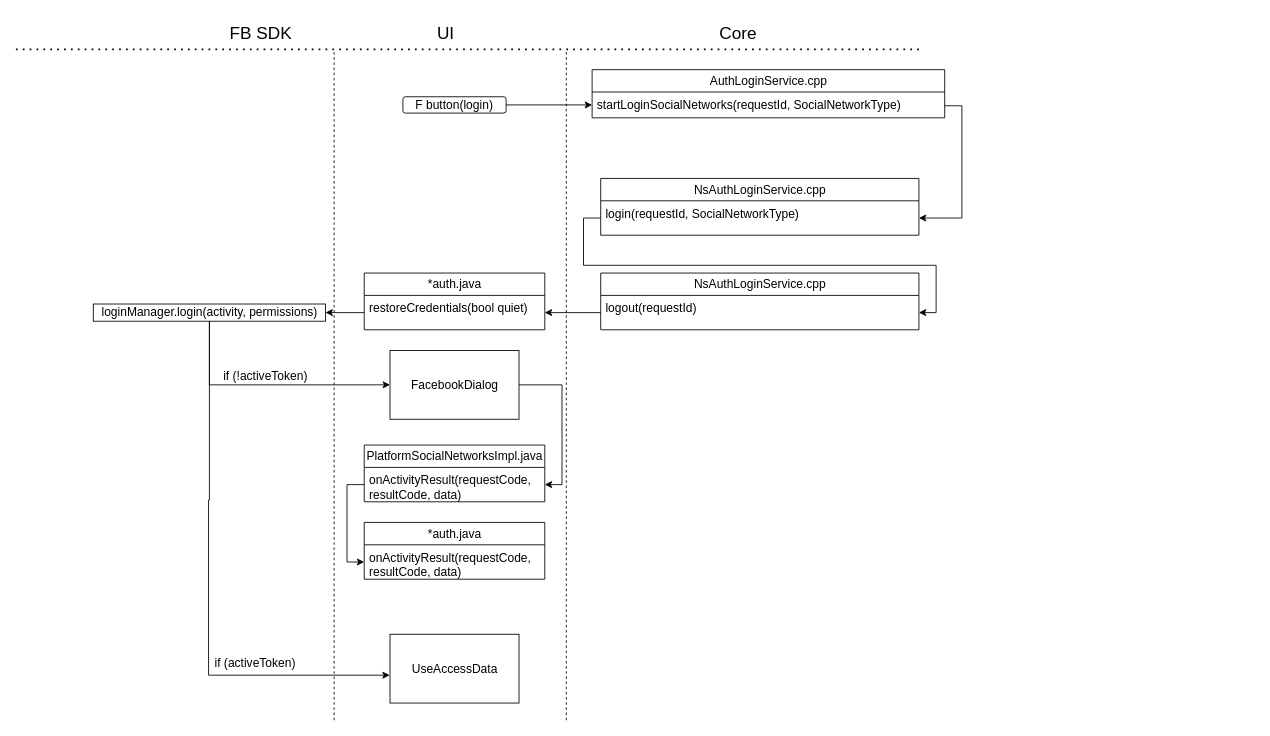
Above: Untitled Diagram.drawio in dynaevdv/Draw.io (draw.io), before the change. Source tidied: cells renumbered, new cells numbered last; positions are measured from the earlier drawing's top-left corner, leaving out a move shared by most shapes. Both pictures are drawn from the tidied source at 86%, with x=0, y=0 at pixel (15, 15).
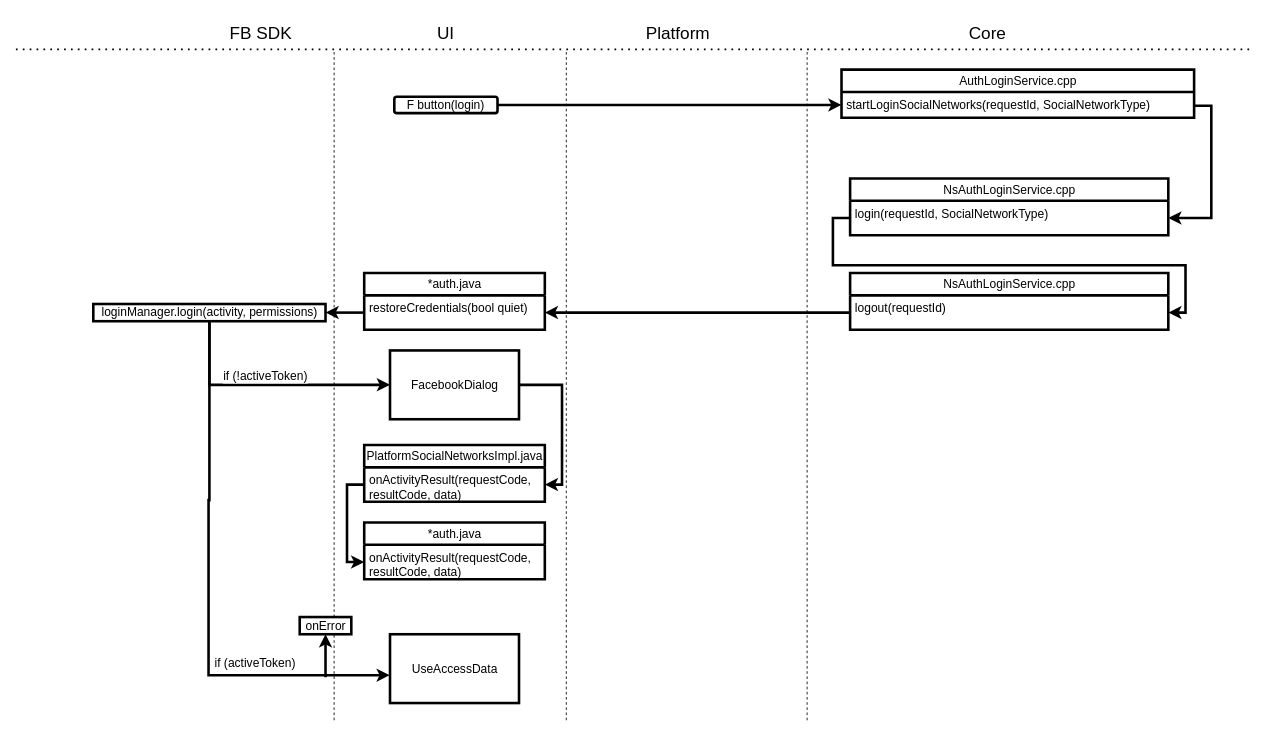
Above is the later version.

Diff of the diagram source:
```diff
@@
     <mxCell id="4" value="Core&lt;br&gt;" style="text;html=1;strokeColor=none;fillColor=none;align=center;verticalAlign=middle;whiteSpace=wrap;rounded=0;fontSize=20;" parent="1" vertex="1">
-      <mxGeometry x="820" y="10" width="40" height="20" as="geometry" />
+      <mxGeometry x="1110" y="10" width="40" height="20" as="geometry" />
     </mxCell>
@@
     <mxCell id="7" style="endArrow=none;dashed=1;html=1;dashPattern=1 3;strokeWidth=2;fontSize=20;" parent="1" edge="1">
       <mxGeometry relative="1" as="geometry">
         <mxPoint y="40" as="sourcePoint" />
-        <mxPoint x="1050" y="40" as="targetPoint" />
+        <mxPoint x="1440" y="40" as="targetPoint" />
       </mxGeometry>
     </mxCell>
-    <mxCell id="8" style="edgeStyle=orthogonalEdgeStyle;rounded=0;jettySize=auto;html=1;exitX=1;exitY=0.5;exitDx=0;exitDy=0;fontSize=14;" parent="1" edge="1" source="9" target="12">
+    <mxCell id="8" style="edgeStyle=orthogonalEdgeStyle;rounded=0;jettySize=auto;html=1;exitX=1;exitY=0.5;exitDx=0;exitDy=0;fontSize=14;strokeWidth=3;" parent="1" edge="1" source="9" target="12">
       <mxGeometry relative="1" as="geometry" />
     </mxCell>
-    <mxCell id="9" value="F button(login)&lt;br style=&quot;font-size: 14px;&quot;&gt;" style="rounded=1;whiteSpace=wrap;html=1;fontSize=14;" parent="1" vertex="1">
-      <mxGeometry x="450" y="95" width="120" height="19" as="geometry" />
+    <mxCell id="9" value="F button(login)&lt;br style=&quot;font-size: 14px;&quot;&gt;" style="rounded=1;whiteSpace=wrap;html=1;fontSize=14;strokeWidth=3;" parent="1" vertex="1">
+      <mxGeometry x="440" y="95" width="120" height="19" as="geometry" />
     </mxCell>
-    <mxCell id="10" style="edgeStyle=orthogonalEdgeStyle;rounded=0;jettySize=auto;html=1;exitX=1;exitY=0.75;exitDx=0;exitDy=0;entryX=1;entryY=0.5;entryDx=0;entryDy=0;fontSize=14;" parent="1" edge="1" source="11" target="14">
+    <mxCell id="10" style="edgeStyle=orthogonalEdgeStyle;rounded=0;jettySize=auto;html=1;exitX=1;exitY=0.75;exitDx=0;exitDy=0;entryX=1;entryY=0.5;entryDx=0;entryDy=0;fontSize=14;strokeWidth=3;" parent="1" edge="1" source="11" target="14">
       <mxGeometry relative="1" as="geometry" />
     </mxCell>
-    <mxCell id="11" value="AuthLoginService.cpp&lt;br style=&quot;font-size: 14px;&quot;&gt;" style="swimlane;fontStyle=0;horizontal=1;startSize=26;fillColor=none;fontSize=14;html=1;" parent="1" vertex="1">
-      <mxGeometry x="670" y="63.5" width="410" height="56" as="geometry" />
+    <mxCell id="11" value="AuthLoginService.cpp&lt;br style=&quot;font-size: 14px;&quot;&gt;" style="swimlane;fontStyle=0;horizontal=1;startSize=26;fillColor=none;fontSize=14;html=1;strokeWidth=3;" parent="1" vertex="1">
+      <mxGeometry x="960" y="63.5" width="410" height="56" as="geometry" />
     </mxCell>
-    <mxCell id="12" value="startLoginSocialNetworks(requestId, SocialNetworkType)&#10;&#10;" style="text;strokeColor=none;fillColor=none;align=left;verticalAlign=top;spacingLeft=4;spacingRight=4;overflow=hidden;points=[[0,0.5],[1,0.5]];portConstraint=eastwest;fontSize=14;" parent="11" vertex="1">
+    <mxCell id="12" value="startLoginSocialNetworks(requestId, SocialNetworkType)&#10;&#10;" style="text;strokeColor=none;fillColor=none;align=left;verticalAlign=top;spacingLeft=4;spacingRight=4;overflow=hidden;points=[[0,0.5],[1,0.5]];portConstraint=eastwest;fontSize=14;strokeWidth=3;" parent="11" vertex="1">
       <mxGeometry y="26" width="410" height="30" as="geometry" />
     </mxCell>
-    <mxCell id="13" value="NsAuthLoginService.cpp" style="swimlane;fontStyle=0;horizontal=1;startSize=26;fillColor=none;fontSize=14;html=1;" parent="1" vertex="1">
-      <mxGeometry x="680" y="190" width="370" height="66" as="geometry" />
+    <mxCell id="13" value="NsAuthLoginService.cpp" style="swimlane;fontStyle=0;horizontal=1;startSize=26;fillColor=none;fontSize=14;html=1;strokeWidth=3;" parent="1" vertex="1">
+      <mxGeometry x="970" y="190" width="370" height="66" as="geometry" />
     </mxCell>
-    <mxCell id="14" value="login(requestId, SocialNetworkType)&#10;&#10;" style="text;strokeColor=none;fillColor=none;align=left;verticalAlign=top;spacingLeft=4;spacingRight=4;overflow=hidden;points=[[0,0.5],[1,0.5]];portConstraint=eastwest;fontSize=14;" parent="13" vertex="1">
+    <mxCell id="14" value="login(requestId, SocialNetworkType)&#10;&#10;" style="text;strokeColor=none;fillColor=none;align=left;verticalAlign=top;spacingLeft=4;spacingRight=4;overflow=hidden;points=[[0,0.5],[1,0.5]];portConstraint=eastwest;fontSize=14;strokeWidth=3;" parent="13" vertex="1">
       <mxGeometry y="26" width="370" height="40" as="geometry" />
     </mxCell>
-    <mxCell id="15" value="NsAuthLoginService.cpp" style="swimlane;fontStyle=0;horizontal=1;startSize=26;fillColor=none;fontSize=14;html=1;" parent="1" vertex="1">
-      <mxGeometry x="680" y="300" width="370" height="66" as="geometry" />
+    <mxCell id="15" value="NsAuthLoginService.cpp" style="swimlane;fontStyle=0;horizontal=1;startSize=26;fillColor=none;fontSize=14;html=1;strokeWidth=3;" parent="1" vertex="1">
+      <mxGeometry x="970" y="300" width="370" height="66" as="geometry" />
     </mxCell>
-    <mxCell id="16" value="logout(requestId)&#10;&#10;" style="text;strokeColor=none;fillColor=none;align=left;verticalAlign=top;spacingLeft=4;spacingRight=4;overflow=hidden;points=[[0,0.5],[1,0.5]];portConstraint=eastwest;fontSize=14;" parent="15" vertex="1">
+    <mxCell id="16" value="logout(requestId)&#10;&#10;" style="text;strokeColor=none;fillColor=none;align=left;verticalAlign=top;spacingLeft=4;spacingRight=4;overflow=hidden;points=[[0,0.5],[1,0.5]];portConstraint=eastwest;fontSize=14;strokeWidth=3;" parent="15" vertex="1">
       <mxGeometry y="26" width="370" height="40" as="geometry" />
     </mxCell>
-    <mxCell id="17" value="*auth.java&lt;br&gt;" style="swimlane;fontStyle=0;horizontal=1;startSize=26;fillColor=none;fontSize=14;html=1;" parent="1" vertex="1">
+    <mxCell id="17" value="*auth.java&lt;br&gt;" style="swimlane;fontStyle=0;horizontal=1;startSize=26;fillColor=none;fontSize=14;html=1;strokeWidth=3;" parent="1" vertex="1">
       <mxGeometry x="405" y="300" width="210" height="66" as="geometry" />
     </mxCell>
-    <mxCell id="18" value="restoreCredentials(bool quiet)" style="text;strokeColor=none;fillColor=none;align=left;verticalAlign=top;spacingLeft=4;spacingRight=4;overflow=hidden;points=[[0,0.5],[1,0.5]];portConstraint=eastwest;fontSize=14;" parent="17" vertex="1">
+    <mxCell id="18" value="restoreCredentials(bool quiet)" style="text;strokeColor=none;fillColor=none;align=left;verticalAlign=top;spacingLeft=4;spacingRight=4;overflow=hidden;points=[[0,0.5],[1,0.5]];portConstraint=eastwest;fontSize=14;strokeWidth=3;" parent="17" vertex="1">
       <mxGeometry y="26" width="210" height="40" as="geometry" />
     </mxCell>
-    <mxCell id="19" style="edgeStyle=orthogonalEdgeStyle;rounded=0;jettySize=auto;html=1;entryX=1;entryY=0.5;entryDx=0;entryDy=0;fontSize=14;" parent="1" edge="1" source="16" target="18">
+    <mxCell id="19" style="edgeStyle=orthogonalEdgeStyle;rounded=0;jettySize=auto;html=1;entryX=1;entryY=0.5;entryDx=0;entryDy=0;fontSize=14;strokeWidth=3;" parent="1" edge="1" source="16" target="18">
       <mxGeometry relative="1" as="geometry" />
     </mxCell>
-    <mxCell id="20" style="edgeStyle=orthogonalEdgeStyle;rounded=0;jettySize=auto;html=1;entryX=1;entryY=0.5;entryDx=0;entryDy=0;fontSize=14;" parent="1" edge="1" source="14" target="16">
+    <mxCell id="20" style="edgeStyle=orthogonalEdgeStyle;rounded=0;jettySize=auto;html=1;entryX=1;entryY=0.5;entryDx=0;entryDy=0;fontSize=14;strokeWidth=3;" parent="1" edge="1" source="14" target="16">
       <mxGeometry relative="1" as="geometry" />
     </mxCell>
-    <mxCell id="21" value="if (!activeToken)" style="edgeStyle=orthogonalEdgeStyle;rounded=0;jettySize=auto;html=1;entryX=0;entryY=0.5;entryDx=0;entryDy=0;fontSize=14;" parent="1" edge="1" source="22" target="25">
+    <mxCell id="21" value="if (!activeToken)" style="edgeStyle=orthogonalEdgeStyle;rounded=0;jettySize=auto;html=1;entryX=0;entryY=0.5;entryDx=0;entryDy=0;fontSize=14;strokeWidth=3;" parent="1" edge="1" source="22" target="25">
       <mxGeometry x="-0.02" y="10" relative="1" as="geometry">
         <Array as="points">
           <mxPoint x="225" y="430" />
         </Array>
       </mxGeometry>
     </mxCell>
-    <mxCell id="22" value="loginManager.login(activity, permissions)" style="html=1;fontSize=14;" parent="1" vertex="1">
+    <mxCell id="22" value="loginManager.login(activity, permissions)" style="html=1;fontSize=14;strokeWidth=3;" parent="1" vertex="1">
       <mxGeometry x="90" y="336" width="270" height="20" as="geometry" />
     </mxCell>
-    <mxCell id="23" style="edgeStyle=orthogonalEdgeStyle;rounded=0;jettySize=auto;html=1;entryX=1;entryY=0.5;entryDx=0;entryDy=0;fontSize=14;" parent="1" edge="1" source="18" target="22">
+    <mxCell id="23" style="edgeStyle=orthogonalEdgeStyle;rounded=0;jettySize=auto;html=1;entryX=1;entryY=0.5;entryDx=0;entryDy=0;fontSize=14;strokeWidth=3;" parent="1" edge="1" source="18" target="22">
       <mxGeometry relative="1" as="geometry" />
     </mxCell>
-    <mxCell id="24" style="edgeStyle=orthogonalEdgeStyle;rounded=0;jettySize=auto;html=1;entryX=1;entryY=0.5;entryDx=0;entryDy=0;fontSize=14;exitX=1;exitY=0.5;exitDx=0;exitDy=0;" parent="1" edge="1" source="25" target="29">
+    <mxCell id="24" style="edgeStyle=orthogonalEdgeStyle;rounded=0;jettySize=auto;html=1;entryX=1;entryY=0.5;entryDx=0;entryDy=0;fontSize=14;exitX=1;exitY=0.5;exitDx=0;exitDy=0;strokeWidth=3;" parent="1" edge="1" source="25" target="29">
       <mxGeometry relative="1" as="geometry" />
     </mxCell>
-    <mxCell id="25" value="FacebookDialog" style="html=1;fontSize=14;" parent="1" vertex="1">
+    <mxCell id="25" value="FacebookDialog" style="html=1;fontSize=14;strokeWidth=3;" parent="1" vertex="1">
       <mxGeometry x="435" y="390" width="150" height="80" as="geometry" />
     </mxCell>
-    <mxCell id="26" value="if (activeToken)&lt;br&gt;" style="edgeStyle=orthogonalEdgeStyle;rounded=0;jettySize=auto;html=1;fontSize=14;exitX=0.5;exitY=1;exitDx=0;exitDy=0;entryX=-0.002;entryY=0.595;entryDx=0;entryDy=0;entryPerimeter=0;" parent="1" edge="1" source="22" target="27">
+    <mxCell id="26" value="if (activeToken)&lt;br&gt;" style="edgeStyle=orthogonalEdgeStyle;rounded=0;jettySize=auto;html=1;fontSize=14;exitX=0.5;exitY=1;exitDx=0;exitDy=0;entryX=-0.002;entryY=0.595;entryDx=0;entryDy=0;entryPerimeter=0;strokeWidth=3;" parent="1" edge="1" source="22" target="27">
       <mxGeometry x="0.5" y="14" relative="1" as="geometry">
         <Array as="points">
           <mxPoint x="225" y="564" />
           <mxPoint x="224" y="564" />
           <mxPoint x="224" y="768" />
           <mxPoint x="435" y="768" />
         </Array>
       </mxGeometry>
     </mxCell>
-    <mxCell id="27" value="UseAccessData" style="html=1;fontSize=14;" parent="1" vertex="1">
+    <mxCell id="27" value="UseAccessData" style="html=1;fontSize=14;strokeWidth=3;" parent="1" vertex="1">
       <mxGeometry x="435" y="720" width="150" height="80" as="geometry" />
     </mxCell>
-    <mxCell id="28" value="PlatformSocialNetworksImpl.java" style="swimlane;fontStyle=0;horizontal=1;startSize=26;fillColor=none;fontSize=14;html=1;" parent="1" vertex="1">
+    <mxCell id="28" value="PlatformSocialNetworksImpl.java" style="swimlane;fontStyle=0;horizontal=1;startSize=26;fillColor=none;fontSize=14;html=1;strokeWidth=3;" parent="1" vertex="1">
       <mxGeometry x="405" y="500" width="210" height="66" as="geometry" />
     </mxCell>
-    <mxCell id="29" value="onActivityResult(requestCode, &#10;resultCode, data)" style="text;strokeColor=none;fillColor=none;align=left;verticalAlign=top;spacingLeft=4;spacingRight=4;overflow=hidden;points=[[0,0.5],[1,0.5]];portConstraint=eastwest;fontSize=14;" parent="28" vertex="1">
+    <mxCell id="29" value="onActivityResult(requestCode, &#10;resultCode, data)" style="text;strokeColor=none;fillColor=none;align=left;verticalAlign=top;spacingLeft=4;spacingRight=4;overflow=hidden;points=[[0,0.5],[1,0.5]];portConstraint=eastwest;fontSize=14;strokeWidth=3;" parent="28" vertex="1">
       <mxGeometry y="26" width="210" height="40" as="geometry" />
     </mxCell>
-    <mxCell id="30" value="*auth.java&lt;br&gt;" style="swimlane;fontStyle=0;horizontal=1;startSize=26;fillColor=none;fontSize=14;html=1;" parent="1" vertex="1">
+    <mxCell id="30" value="*auth.java&lt;br&gt;" style="swimlane;fontStyle=0;horizontal=1;startSize=26;fillColor=none;fontSize=14;html=1;strokeWidth=3;" parent="1" vertex="1">
       <mxGeometry x="405" y="590" width="210" height="66" as="geometry" />
     </mxCell>
-    <mxCell id="31" value="onActivityResult(requestCode, &#10;resultCode, data)" style="text;strokeColor=none;fillColor=none;align=left;verticalAlign=top;spacingLeft=4;spacingRight=4;overflow=hidden;points=[[0,0.5],[1,0.5]];portConstraint=eastwest;fontSize=14;" parent="30" vertex="1">
+    <mxCell id="31" value="onActivityResult(requestCode, &#10;resultCode, data)" style="text;strokeColor=none;fillColor=none;align=left;verticalAlign=top;spacingLeft=4;spacingRight=4;overflow=hidden;points=[[0,0.5],[1,0.5]];portConstraint=eastwest;fontSize=14;strokeWidth=3;" parent="30" vertex="1">
       <mxGeometry y="26" width="210" height="40" as="geometry" />
     </mxCell>
-    <mxCell id="32" style="edgeStyle=orthogonalEdgeStyle;rounded=0;jettySize=auto;html=1;entryX=0;entryY=0.5;entryDx=0;entryDy=0;fontSize=14;" parent="1" edge="1" source="29" target="31">
+    <mxCell id="32" style="edgeStyle=orthogonalEdgeStyle;rounded=0;jettySize=auto;html=1;entryX=0;entryY=0.5;entryDx=0;entryDy=0;fontSize=14;strokeWidth=3;" parent="1" edge="1" source="29" target="31">
       <mxGeometry relative="1" as="geometry" />
     </mxCell>
+    <mxCell id="33" style="endArrow=none;dashed=1;html=1;" parent="1" edge="1">
+      <mxGeometry relative="1" as="geometry">
+        <mxPoint x="920" y="820" as="sourcePoint" />
+        <mxPoint x="920" y="40" as="targetPoint" />
+      </mxGeometry>
+    </mxCell>
+    <mxCell id="34" value="Platform" style="text;html=1;strokeColor=none;fillColor=none;align=center;verticalAlign=middle;whiteSpace=wrap;rounded=0;fontSize=20;" parent="1" vertex="1">
+      <mxGeometry x="750" y="10" width="40" height="20" as="geometry" />
+    </mxCell>
+    <mxCell id="35" style="edgeStyle=orthogonalEdgeStyle;rounded=0;jettySize=auto;html=1;strokeWidth=3;fontSize=14;startArrow=classic;startFill=1;endArrow=none;endFill=0;" parent="1" edge="1" source="36">
+      <mxGeometry relative="1" as="geometry">
+        <mxPoint x="360" y="770" as="targetPoint" />
+      </mxGeometry>
+    </mxCell>
+    <mxCell id="36" value="onError&lt;br&gt;" style="html=1;strokeWidth=3;fontSize=14;" parent="1" vertex="1">
+      <mxGeometry x="330" y="700" width="60" height="20" as="geometry" />
+    </mxCell>
```
